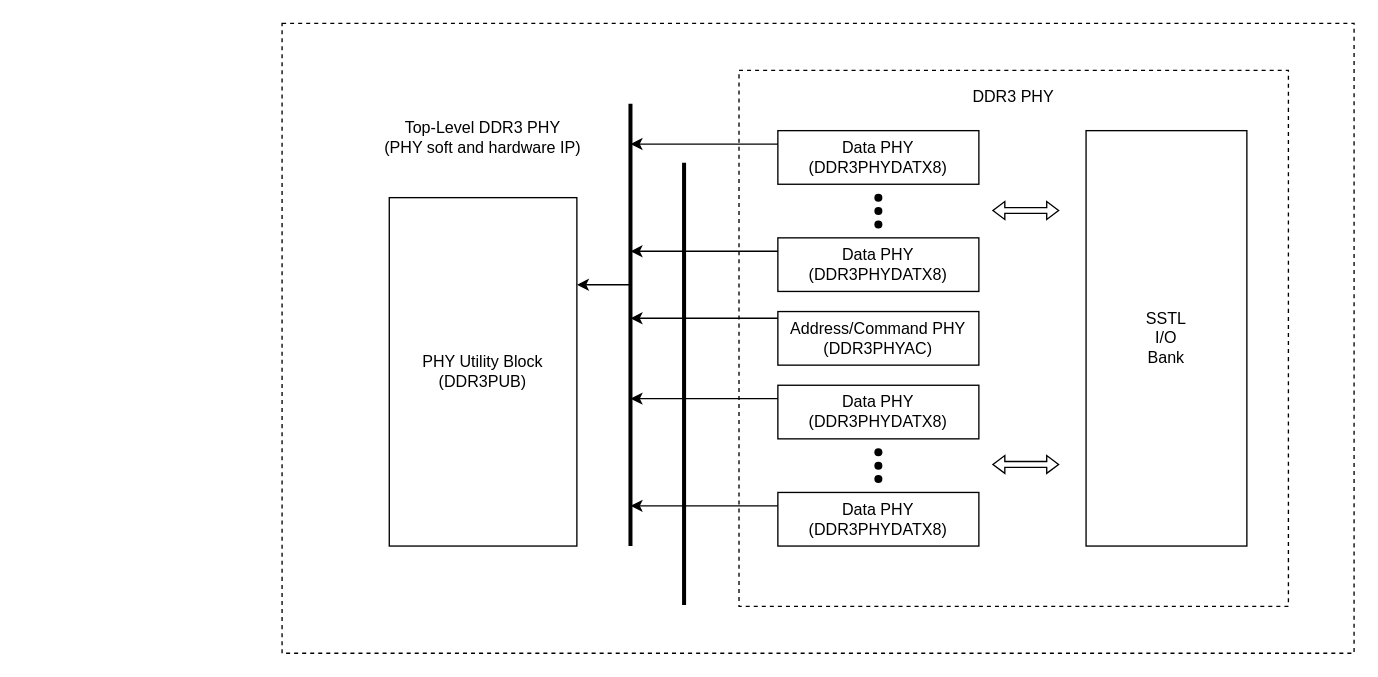
The draw.io diagram DDR HW Blocks.drawio in Kaling1203/Diagram, before the edit. Source tidied: cells renumbered, new cells numbered last; positions are measured from the earlier drawing's top-left corner, leaving out a move shared by most shapes. Both pictures are drawn from the tidied source at 134%, with x=0, y=0 at pixel (281, 23).
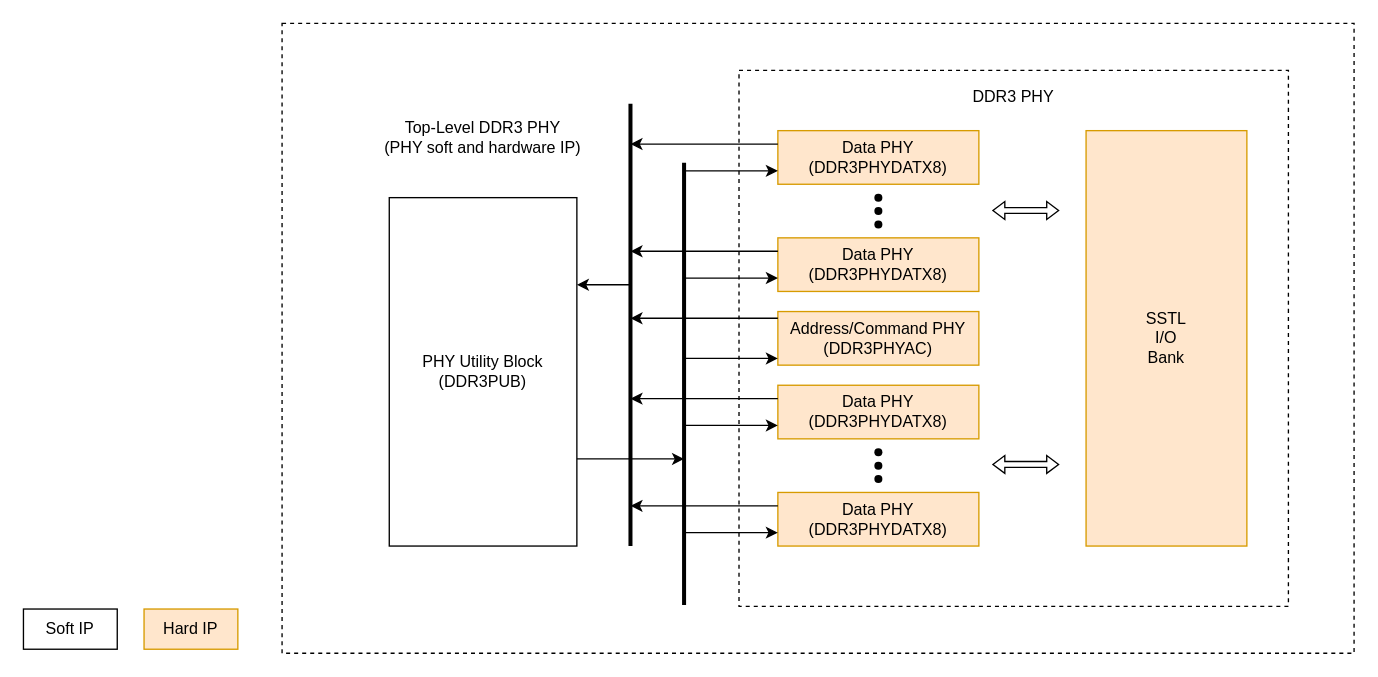
After the change.

Unchanged cells that the change refers to:
```xml
<mxCell id="4" value="&lt;div&gt;PHY Utility Block&lt;/div&gt;&lt;div&gt;(DDR3PUB)&lt;br&gt;&lt;/div&gt;" style="rounded=0;whiteSpace=wrap;html=1;" parent="1" vertex="1">
  <mxGeometry x="80" y="130" width="140" height="260" as="geometry" />
</mxCell>
```

Change to the diagram source:
```diff
@@
-    <mxCell id="5" value="&lt;div&gt;Data PHY&lt;/div&gt;&lt;div&gt;(DDR3PHYDATX8)&lt;br&gt;&lt;/div&gt;" style="rounded=0;whiteSpace=wrap;html=1;" parent="1" vertex="1">
+    <mxCell id="5" value="&lt;div&gt;Data PHY&lt;/div&gt;&lt;div&gt;(DDR3PHYDATX8)&lt;br&gt;&lt;/div&gt;" style="rounded=0;whiteSpace=wrap;html=1;fillColor=#ffe6cc;strokeColor=#d79b00;" parent="1" vertex="1">
       <mxGeometry x="370" y="80" width="150" height="40" as="geometry" />
     </mxCell>
-    <mxCell id="6" value="&lt;div&gt;Data PHY&lt;/div&gt;&lt;div&gt;(DDR3PHYDATX8)&lt;br&gt;&lt;/div&gt;" style="rounded=0;whiteSpace=wrap;html=1;" parent="1" vertex="1">
+    <mxCell id="6" value="&lt;div&gt;Data PHY&lt;/div&gt;&lt;div&gt;(DDR3PHYDATX8)&lt;br&gt;&lt;/div&gt;" style="rounded=0;whiteSpace=wrap;html=1;fillColor=#ffe6cc;strokeColor=#d79b00;" parent="1" vertex="1">
       <mxGeometry x="370" y="160" width="150" height="40" as="geometry" />
     </mxCell>
@@
-    <mxCell id="10" value="&lt;div&gt;Address/Command PHY&lt;/div&gt;&lt;div&gt;(DDR3PHYAC)&lt;br&gt;&lt;/div&gt;" style="rounded=0;whiteSpace=wrap;html=1;" parent="1" vertex="1">
+    <mxCell id="10" value="&lt;div&gt;Address/Command PHY&lt;/div&gt;&lt;div&gt;(DDR3PHYAC)&lt;br&gt;&lt;/div&gt;" style="rounded=0;whiteSpace=wrap;html=1;fillColor=#ffe6cc;strokeColor=#d79b00;" parent="1" vertex="1">
       <mxGeometry x="370" y="215" width="150" height="40" as="geometry" />
     </mxCell>
-    <mxCell id="11" value="&lt;div&gt;Data PHY&lt;/div&gt;&lt;div&gt;(DDR3PHYDATX8)&lt;br&gt;&lt;/div&gt;" style="rounded=0;whiteSpace=wrap;html=1;" parent="1" vertex="1">
+    <mxCell id="11" value="&lt;div&gt;Data PHY&lt;/div&gt;&lt;div&gt;(DDR3PHYDATX8)&lt;br&gt;&lt;/div&gt;" style="rounded=0;whiteSpace=wrap;html=1;fillColor=#ffe6cc;strokeColor=#d79b00;" parent="1" vertex="1">
       <mxGeometry x="370" y="270" width="150" height="40" as="geometry" />
     </mxCell>
@@
-    <mxCell id="15" value="&lt;div&gt;Data PHY&lt;/div&gt;&lt;div&gt;(DDR3PHYDATX8)&lt;br&gt;&lt;/div&gt;" style="rounded=0;whiteSpace=wrap;html=1;" parent="1" vertex="1">
+    <mxCell id="15" value="&lt;div&gt;Data PHY&lt;/div&gt;&lt;div&gt;(DDR3PHYDATX8)&lt;br&gt;&lt;/div&gt;" style="rounded=0;whiteSpace=wrap;html=1;fillColor=#ffe6cc;strokeColor=#d79b00;" parent="1" vertex="1">
       <mxGeometry x="370" y="350" width="150" height="40" as="geometry" />
     </mxCell>
-    <mxCell id="16" value="&lt;div&gt;SSTL&lt;/div&gt;&lt;div&gt;I/O&lt;/div&gt;&lt;div&gt;Bank&lt;br&gt;&lt;/div&gt;" style="rounded=0;whiteSpace=wrap;html=1;" parent="1" vertex="1">
+    <mxCell id="16" value="&lt;div&gt;SSTL&lt;/div&gt;&lt;div&gt;I/O&lt;/div&gt;&lt;div&gt;Bank&lt;br&gt;&lt;/div&gt;" style="rounded=0;whiteSpace=wrap;html=1;fillColor=#ffe6cc;strokeColor=#d79b00;" parent="1" vertex="1">
       <mxGeometry x="600" y="80" width="120" height="310" as="geometry" />
     </mxCell>
@@
+    <mxCell id="27" style="endArrow=classic;html=1;rounded=0;exitX=1;exitY=0.75;exitDx=0;exitDy=0;" parent="1" edge="1" source="4">
+      <mxGeometry relative="1" as="geometry">
+        <mxPoint x="300" y="325" as="targetPoint" />
+      </mxGeometry>
+    </mxCell>
+    <mxCell id="28" style="endArrow=classic;html=1;rounded=0;entryX=0;entryY=0.75;entryDx=0;entryDy=0;" parent="1" edge="1" target="5">
+      <mxGeometry relative="1" as="geometry">
+        <mxPoint x="300" y="110" as="sourcePoint" />
+      </mxGeometry>
+    </mxCell>
+    <mxCell id="29" style="endArrow=classic;html=1;rounded=0;entryX=0;entryY=0.75;entryDx=0;entryDy=0;" parent="1" edge="1">
+      <mxGeometry relative="1" as="geometry">
+        <mxPoint x="300" y="190" as="sourcePoint" />
+        <mxPoint x="370" y="190" as="targetPoint" />
+      </mxGeometry>
+    </mxCell>
+    <mxCell id="30" style="endArrow=classic;html=1;rounded=0;entryX=0;entryY=0.75;entryDx=0;entryDy=0;" parent="1" edge="1">
+      <mxGeometry relative="1" as="geometry">
+        <mxPoint x="300" y="250" as="sourcePoint" />
+        <mxPoint x="370" y="250" as="targetPoint" />
+      </mxGeometry>
+    </mxCell>
+    <mxCell id="31" style="endArrow=classic;html=1;rounded=0;entryX=0;entryY=0.75;entryDx=0;entryDy=0;" parent="1" edge="1">
+      <mxGeometry relative="1" as="geometry">
+        <mxPoint x="300" y="300" as="sourcePoint" />
+        <mxPoint x="370" y="300" as="targetPoint" />
+      </mxGeometry>
+    </mxCell>
+    <mxCell id="32" style="endArrow=classic;html=1;rounded=0;entryX=0;entryY=0.75;entryDx=0;entryDy=0;" parent="1" edge="1">
+      <mxGeometry relative="1" as="geometry">
+        <mxPoint x="300" y="380" as="sourcePoint" />
+        <mxPoint x="370" y="380" as="targetPoint" />
+      </mxGeometry>
+    </mxCell>
+    <mxCell id="33" value="Soft IP" style="rounded=0;whiteSpace=wrap;html=1;" parent="1" vertex="1">
+      <mxGeometry x="-193" y="437" width="70" height="30" as="geometry" />
+    </mxCell>
+    <mxCell id="34" value="Hard IP" style="rounded=0;whiteSpace=wrap;html=1;fillColor=#ffe6cc;strokeColor=#d79b00;" parent="1" vertex="1">
+      <mxGeometry x="-103" y="437" width="70" height="30" as="geometry" />
+    </mxCell>
```
